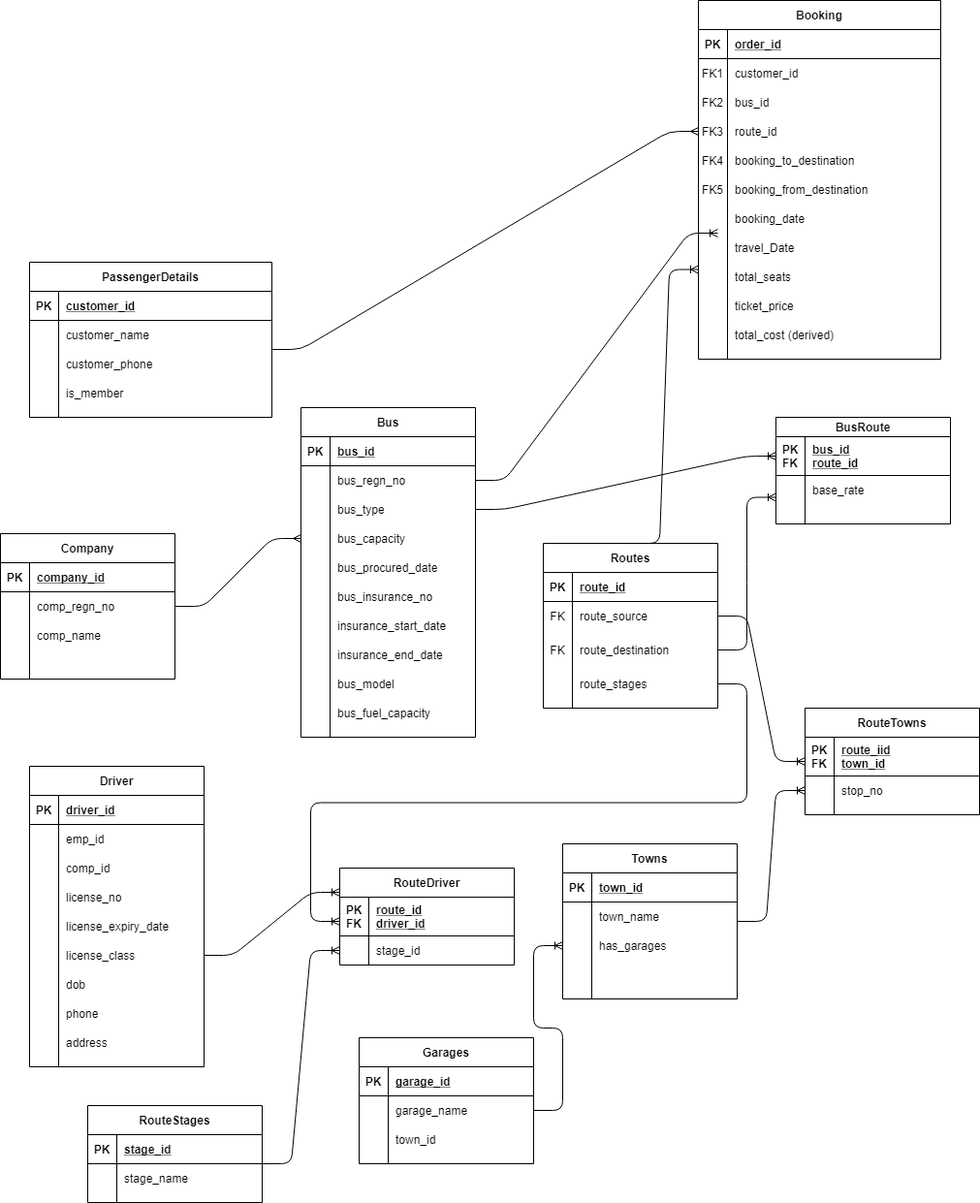
This is Untitled Diagram.png from hastyhoop/portfolio, a draw.io export, as it was before one commit. Source tidied: cells renumbered, new cells last; positions are measured from the earlier drawing's top-left corner, leaving out a move shared by most shapes.
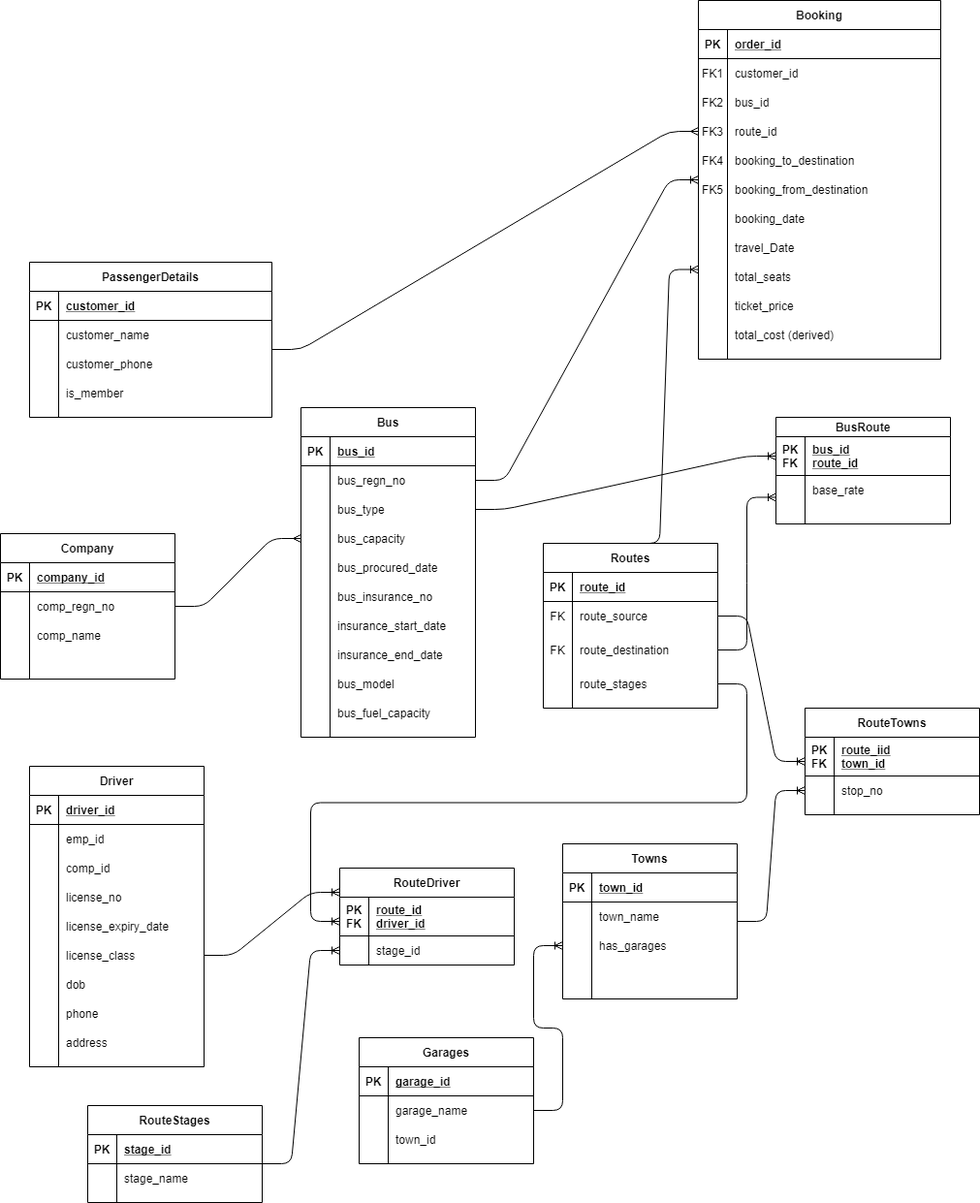
Above is the later version.

Change to the diagram source:
```diff
@@ -590,10 +590,8 @@
     <mxCell id="194" style="edgeStyle=entityRelationEdgeStyle;fontSize=12;html=1;endArrow=ERoneToMany;entryX=0;entryY=0.5;entryDx=0;entryDy=0;" parent="1" edge="1" source="123" target="113">
       <mxGeometry relative="1" as="geometry" />
     </mxCell>
-    <mxCell id="195" style="edgeStyle=entityRelationEdgeStyle;fontSize=12;html=1;endArrow=ERoneToMany;exitX=1;exitY=0.5;exitDx=0;exitDy=0;" parent="1" edge="1" source="53">
-      <mxGeometry relative="1" as="geometry">
-        <mxPoint x="740" y="240" as="targetPoint" />
-      </mxGeometry>
+    <mxCell id="195" style="edgeStyle=entityRelationEdgeStyle;fontSize=12;html=1;endArrow=ERoneToMany;exitX=1;exitY=0.5;exitDx=0;exitDy=0;entryX=0;entryY=0.5;entryDx=0;entryDy=0;" parent="1" edge="1" source="53" target="2">
+      <mxGeometry relative="1" as="geometry" />
     </mxCell>
     <mxCell id="196" style="edgeStyle=entityRelationEdgeStyle;fontSize=12;html=1;endArrow=ERoneToMany;exitX=0.5;exitY=0;exitDx=0;exitDy=0;entryX=0;entryY=0.75;entryDx=0;entryDy=0;" parent="1" edge="1" source="80" target="2">
       <mxGeometry relative="1" as="geometry" />
```
